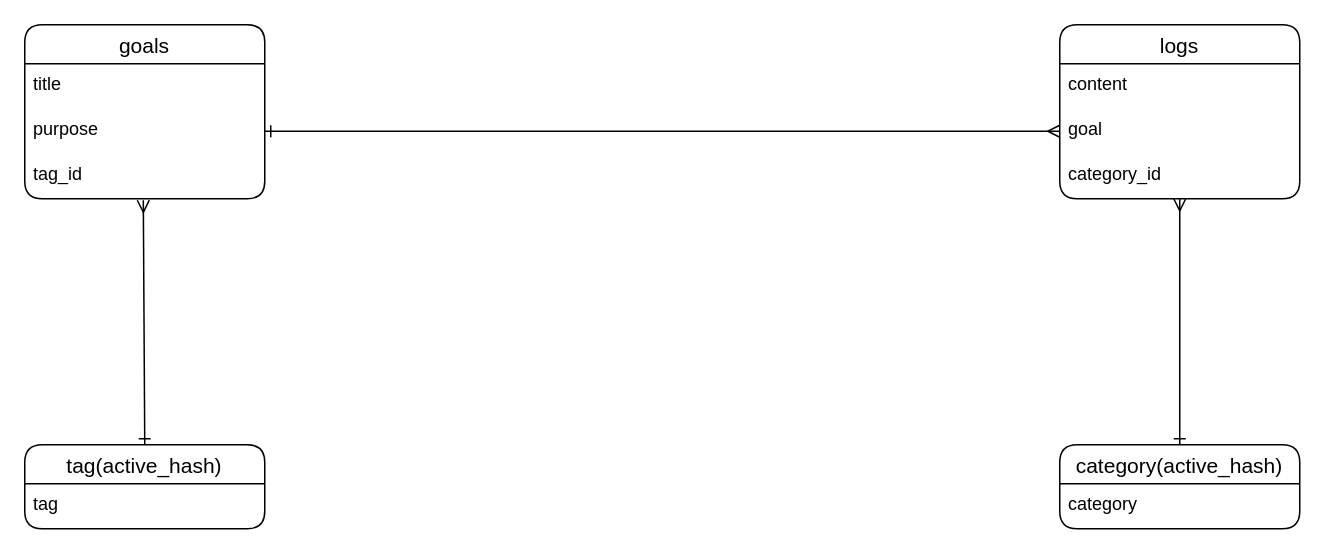
Above: page "データベース設計" (1 of 2) of posolog_er.dio in piyo106/posilog-37542 (draw.io), before the change. Source tidied: cells renumbered, new cells numbered last; positions are measured from the earlier drawing's top-left corner, leaving out a move shared by most shapes. Both pictures are drawn from the tidied source at 150%, with x=0, y=0 at pixel (24, 24).
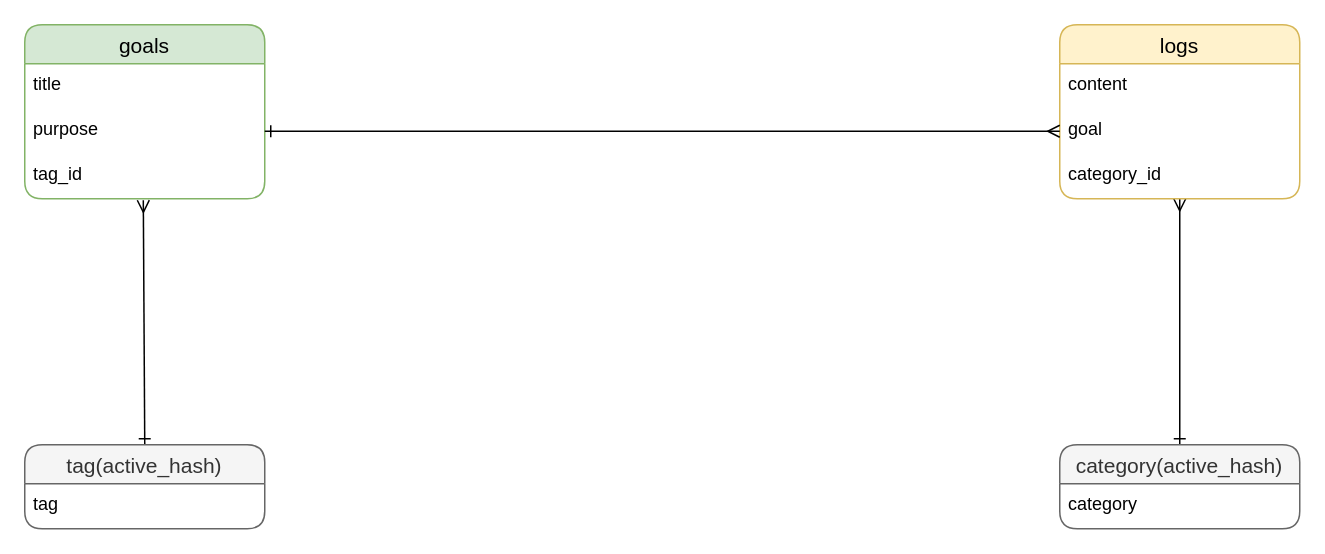
The same page after the edit.

Diff of the diagram source:
```diff
@@
 <mxGraphModel>
   <root>
     <mxCell id="0" />
     <mxCell id="1" parent="0" />
     <mxCell id="2" style="edgeStyle=none;html=1;exitX=0.5;exitY=0;exitDx=0;exitDy=0;startArrow=ERone;startFill=0;endArrow=ERmany;endFill=0;" parent="1" edge="1" source="3" target="11">
       <mxGeometry relative="1" as="geometry" />
     </mxCell>
-    <mxCell id="3" value="category(active_hash)" style="swimlane;fontStyle=0;horizontal=1;startSize=26;align=center;fontSize=14;rounded=1;" parent="1" vertex="1">
+    <mxCell id="3" value="category(active_hash)" style="swimlane;fontStyle=0;horizontal=1;startSize=26;align=center;fontSize=14;rounded=1;fillColor=#f5f5f5;fontColor=#333333;strokeColor=#666666;" parent="1" vertex="1">
       <mxGeometry x="690" y="280" width="160" height="56" as="geometry" />
     </mxCell>
     <mxCell id="4" value="category" style="text;strokeColor=none;fillColor=none;spacingLeft=4;spacingRight=4;overflow=hidden;fontSize=12;" parent="3" vertex="1">
       <mxGeometry y="26" width="160" height="30" as="geometry" />
     </mxCell>
     <mxCell id="5" style="edgeStyle=none;html=1;exitX=0.5;exitY=0;exitDx=0;exitDy=0;entryX=0.494;entryY=1.033;entryDx=0;entryDy=0;entryPerimeter=0;startArrow=ERone;startFill=0;endArrow=ERmany;endFill=0;" parent="1" edge="1" source="6" target="15">
       <mxGeometry relative="1" as="geometry" />
     </mxCell>
-    <mxCell id="6" value="tag(active_hash)" style="swimlane;fontStyle=0;horizontal=1;startSize=26;align=center;fontSize=14;rounded=1;" parent="1" vertex="1">
+    <mxCell id="6" value="tag(active_hash)" style="swimlane;fontStyle=0;horizontal=1;startSize=26;align=center;fontSize=14;rounded=1;fillColor=#f5f5f5;fontColor=#333333;strokeColor=#666666;" parent="1" vertex="1">
       <mxGeometry y="280" width="160" height="56" as="geometry" />
     </mxCell>
     <mxCell id="7" value="tag" style="text;strokeColor=none;fillColor=none;spacingLeft=4;spacingRight=4;overflow=hidden;fontSize=12;" parent="6" vertex="1">
       <mxGeometry y="26" width="160" height="30" as="geometry" />
     </mxCell>
-    <mxCell id="8" value="logs" style="swimlane;fontStyle=0;horizontal=1;startSize=26;align=center;fontSize=14;rounded=1;" parent="1" vertex="1">
+    <mxCell id="8" value="logs" style="swimlane;fontStyle=0;horizontal=1;startSize=26;align=center;fontSize=14;rounded=1;fillColor=#fff2cc;strokeColor=#d6b656;" parent="1" vertex="1">
       <mxGeometry x="690" width="160" height="116" as="geometry" />
     </mxCell>
     <mxCell id="9" value="content" style="text;strokeColor=none;fillColor=none;spacingLeft=4;spacingRight=4;overflow=hidden;fontSize=12;" parent="8" vertex="1">
       <mxGeometry y="26" width="160" height="30" as="geometry" />
     </mxCell>
     <mxCell id="10" value="goal" style="text;strokeColor=none;fillColor=none;spacingLeft=4;spacingRight=4;overflow=hidden;points=[[0,0.5],[1,0.5]];portConstraint=eastwest;fontSize=12;" parent="8" vertex="1">
       <mxGeometry y="56" width="160" height="30" as="geometry" />
     </mxCell>
     <mxCell id="11" value="category_id" style="text;strokeColor=none;fillColor=none;spacingLeft=4;spacingRight=4;overflow=hidden;points=[[0,0.5],[1,0.5]];portConstraint=eastwest;fontSize=12;" parent="8" vertex="1">
       <mxGeometry y="86" width="160" height="30" as="geometry" />
     </mxCell>
-    <mxCell id="12" value="goals" style="swimlane;fontStyle=0;horizontal=1;startSize=26;align=center;fontSize=14;rounded=1;" parent="1" vertex="1">
+    <mxCell id="12" value="goals" style="swimlane;fontStyle=0;horizontal=1;startSize=26;align=center;fontSize=14;rounded=1;fillColor=#d5e8d4;strokeColor=#82b366;" parent="1" vertex="1">
       <mxGeometry width="160" height="116" as="geometry" />
     </mxCell>
     <mxCell id="13" value="title" style="text;strokeColor=none;fillColor=none;spacingLeft=4;spacingRight=4;overflow=hidden;fontSize=12;" parent="12" vertex="1">
       <mxGeometry y="26" width="160" height="30" as="geometry" />
     </mxCell>
     <mxCell id="14" value="purpose" style="text;strokeColor=none;fillColor=none;spacingLeft=4;spacingRight=4;overflow=hidden;points=[[0,0.5],[1,0.5]];portConstraint=eastwest;fontSize=12;" parent="12" vertex="1">
       <mxGeometry y="56" width="160" height="30" as="geometry" />
     </mxCell>
     <mxCell id="15" value="tag_id" style="text;strokeColor=none;fillColor=none;spacingLeft=4;spacingRight=4;overflow=hidden;points=[[0,0.5],[1,0.5]];portConstraint=eastwest;fontSize=12;" parent="12" vertex="1">
       <mxGeometry y="86" width="160" height="30" as="geometry" />
     </mxCell>
     <mxCell id="16" style="edgeStyle=none;html=1;exitX=1;exitY=0.5;exitDx=0;exitDy=0;entryX=0;entryY=0.5;entryDx=0;entryDy=0;startArrow=ERone;startFill=0;endArrow=ERmany;endFill=0;" parent="1" edge="1" source="14" target="10">
       <mxGeometry relative="1" as="geometry" />
     </mxCell>
   </root>
 </mxGraphModel>
```
